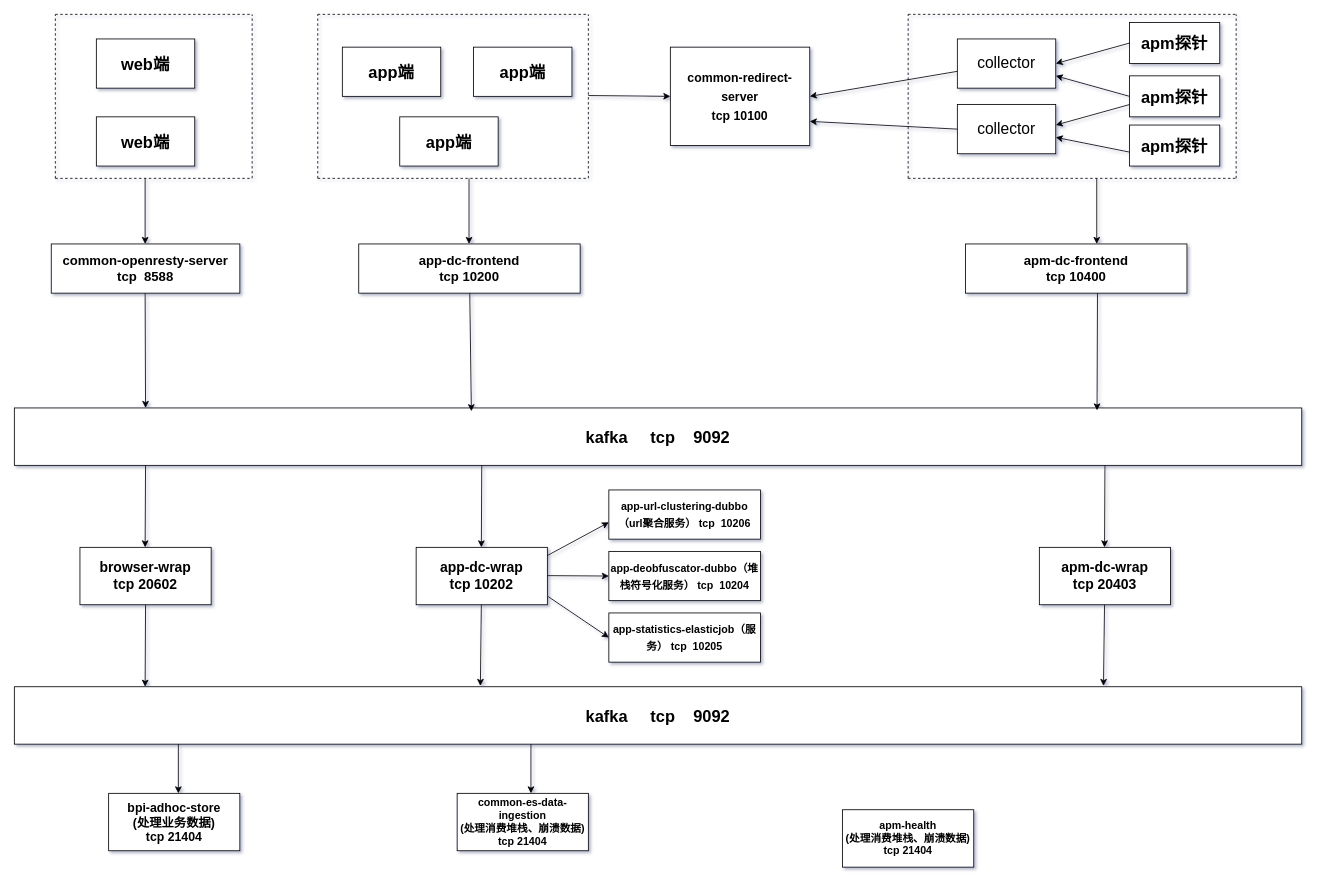
Before: 未命名绘图.drawio in zeng0550/free-programming-books, a draw.io diagram. Source tidied: cells renumbered, new cells numbered last; positions are measured from the earlier drawing's top-left corner, leaving out a move shared by most shapes. Both pictures are drawn from the tidied source at 82%, with x=0, y=0 at pixel (14, 14).
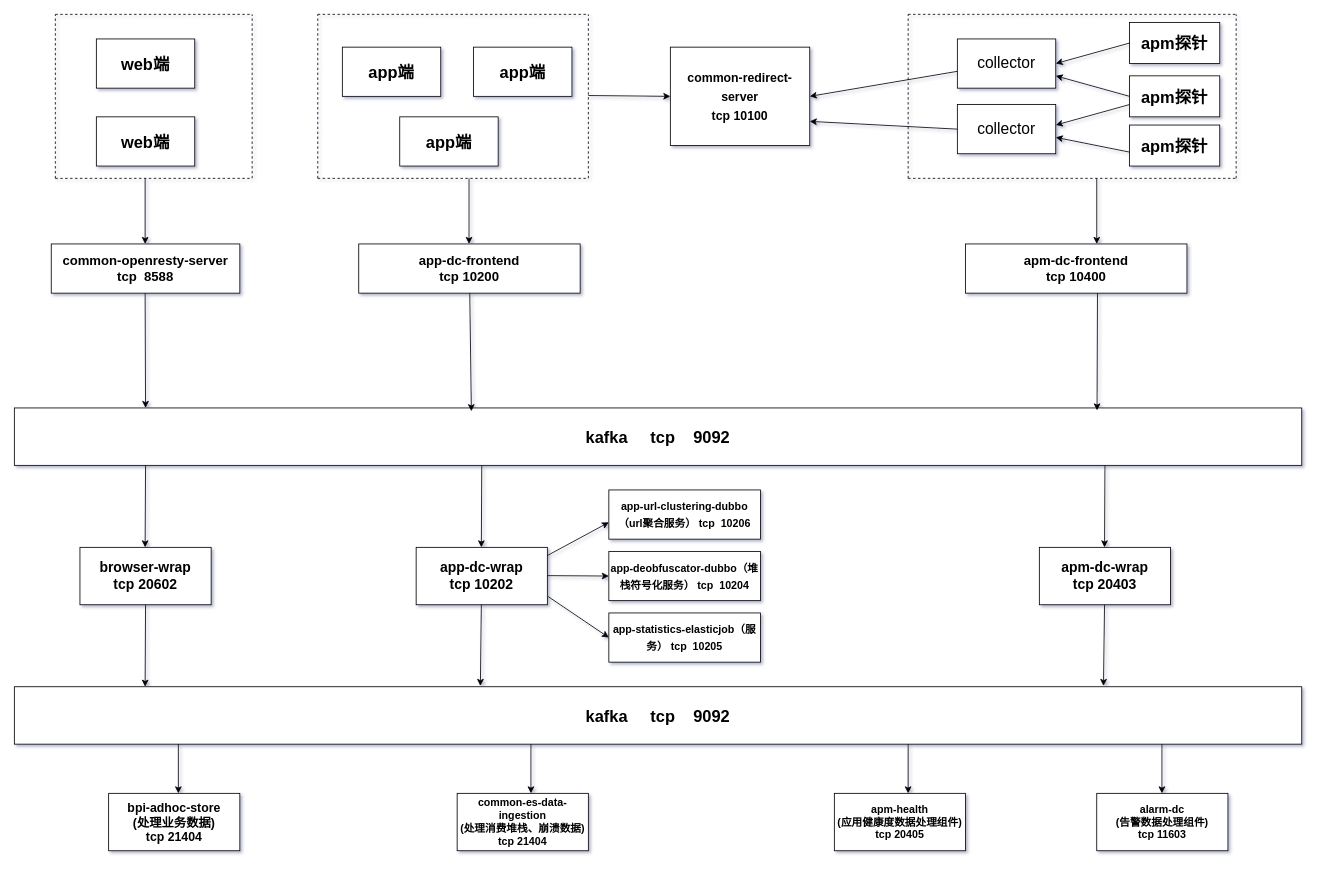
The same page after the edit.

Commit message:
东莞证券详情.drawio

Change to the diagram source:
```diff
@@
-    <mxCell id="62" value="&lt;font style=&quot;font-size: 13px&quot;&gt;&lt;b&gt;apm-health&lt;/b&gt;&lt;br&gt;&lt;b&gt;(处理消费堆栈、崩溃数据)&lt;br&gt;tcp 21404&lt;/b&gt;&lt;br&gt;&lt;/font&gt;" style="rounded=0;whiteSpace=wrap;html=1;" parent="1" vertex="1">
-      <mxGeometry x="1010" y="970" width="160" height="70" as="geometry" />
+    <mxCell id="62" value="&lt;font style=&quot;font-size: 13px&quot;&gt;&lt;b&gt;apm-health&lt;/b&gt;&lt;br&gt;&lt;b&gt;(应用健康度数据处理组件)&lt;br&gt;tcp 20405&lt;/b&gt;&lt;br&gt;&lt;/font&gt;" style="rounded=0;whiteSpace=wrap;html=1;" parent="1" vertex="1">
+      <mxGeometry x="1000" y="950" width="160" height="70" as="geometry" />
     </mxCell>
+    <mxCell id="63" style="endArrow=classic;html=1;rounded=0;fontSize=13;" parent="1" edge="1">
+      <mxGeometry relative="1" as="geometry">
+        <mxPoint x="1090" y="890" as="sourcePoint" />
+        <mxPoint x="1090" y="950" as="targetPoint" />
+      </mxGeometry>
+    </mxCell>
+    <mxCell id="64" value="&lt;font style=&quot;font-size: 13px&quot;&gt;&lt;b&gt;alarm-dc&lt;/b&gt;&lt;br&gt;&lt;b&gt;(告警数据处理组件)&lt;br&gt;tcp 11603&lt;/b&gt;&lt;br&gt;&lt;/font&gt;" style="rounded=0;whiteSpace=wrap;html=1;" parent="1" vertex="1">
+      <mxGeometry x="1320" y="950" width="160" height="70" as="geometry" />
+    </mxCell>
+    <mxCell id="65" style="endArrow=classic;html=1;rounded=0;fontSize=13;" parent="1" edge="1">
+      <mxGeometry relative="1" as="geometry">
+        <mxPoint x="1399.5" y="890" as="sourcePoint" />
+        <mxPoint x="1399.5" y="950" as="targetPoint" />
+      </mxGeometry>
+    </mxCell>
```
